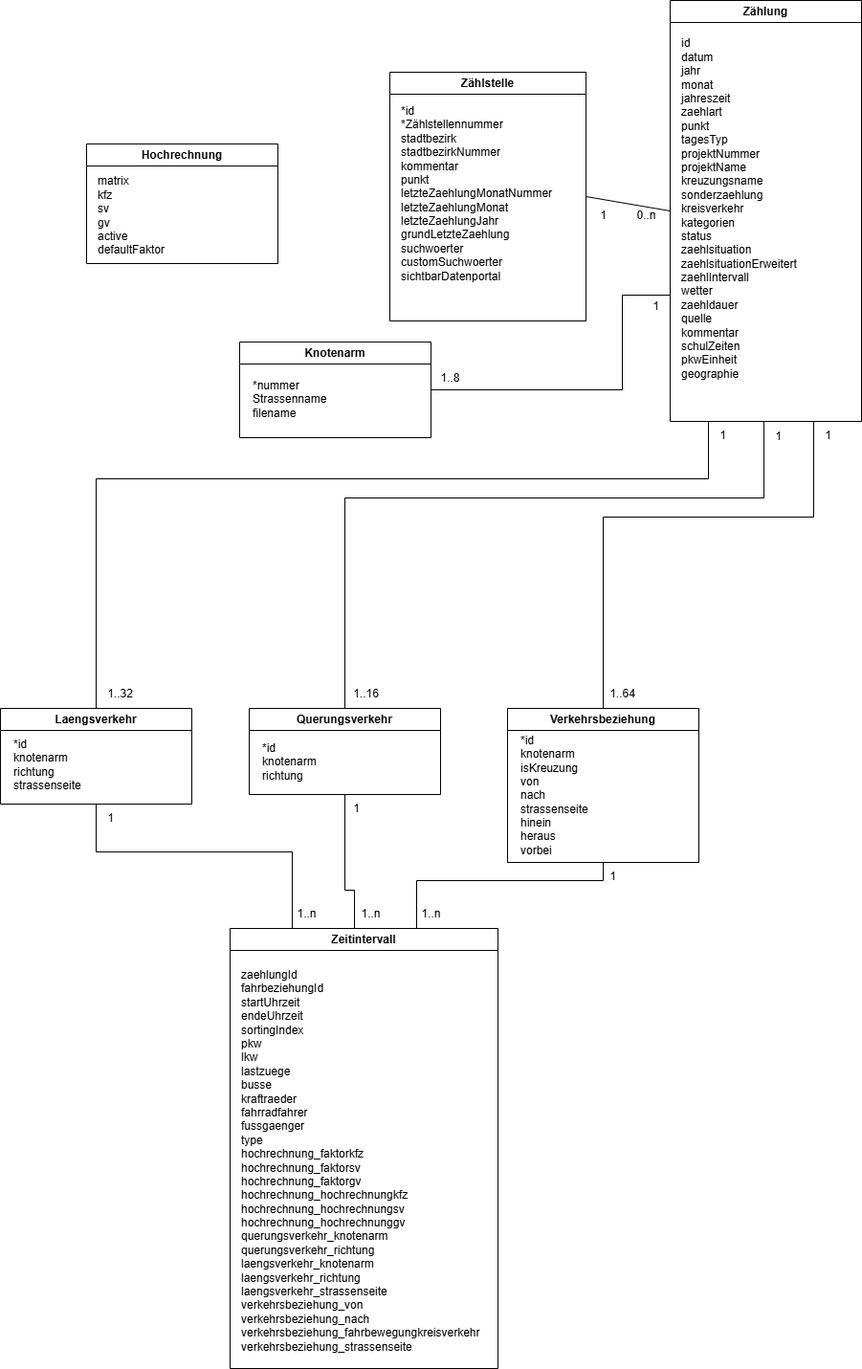
The draw.io diagram docs/src/img/DAVe_Datenmodell_Zaehlstelle.drawio.png in it-at-m/dave, before a commit. Source tidied: cells renumbered, new cells last; positions are measured from the earlier drawing's top-left corner, leaving out a move shared by most shapes.
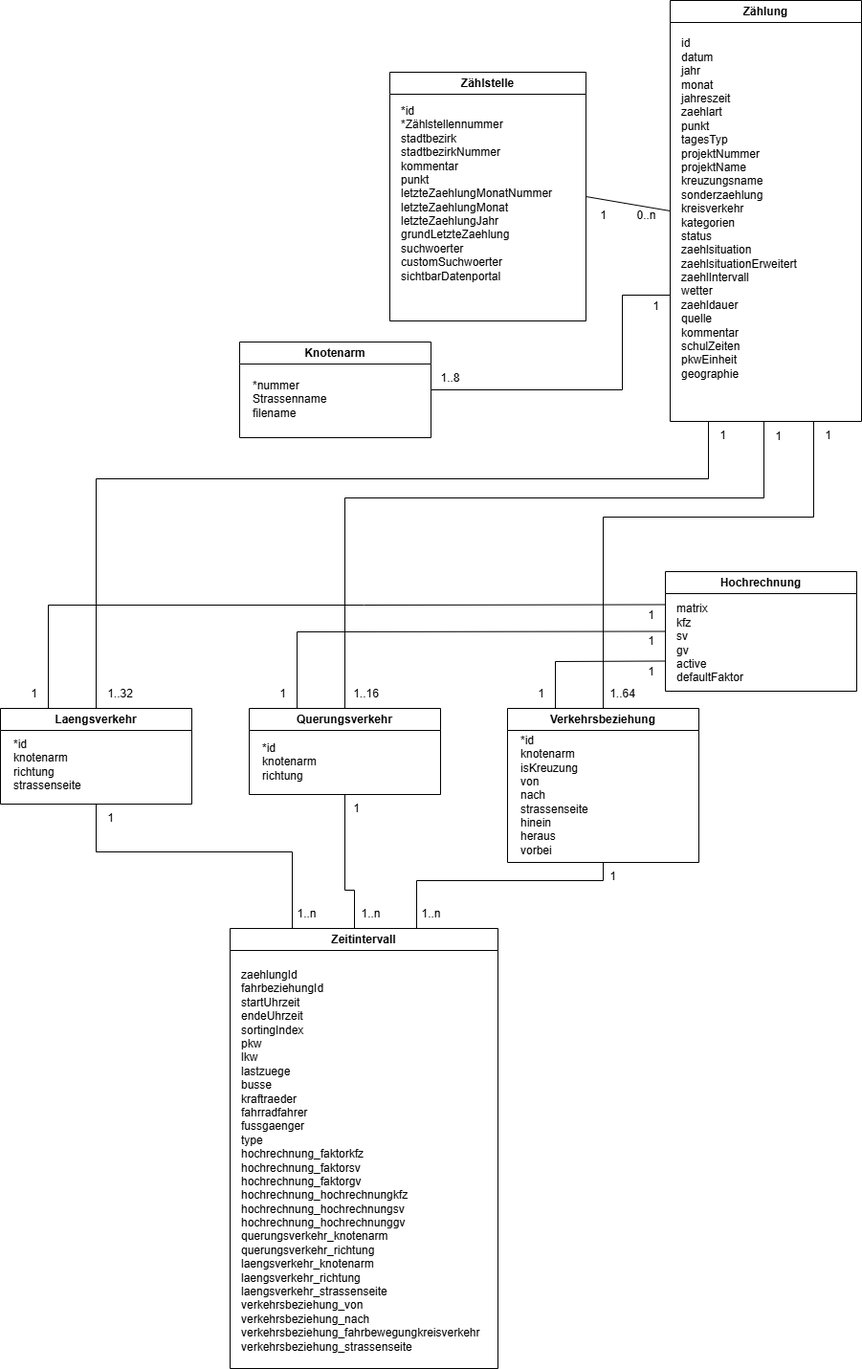
The same file after the commit.

Diff of the diagram source:
```diff
@@ -60,7 +60,7 @@
       <mxGeometry x="12" y="21" width="90" height="140" as="geometry" />
     </mxCell>
     <mxCell id="17" value="&lt;span style=&quot;background-color: transparent;&quot;&gt;Hochrechnung&lt;/span&gt;" style="swimlane;whiteSpace=wrap;html=1;" parent="1" vertex="1">
-      <mxGeometry x="90" y="150" width="200" height="125" as="geometry" />
+      <mxGeometry x="695" y="597" width="200" height="125" as="geometry" />
     </mxCell>
     <mxCell id="18" value="matrix&lt;div&gt;kfz&lt;/div&gt;&lt;div&gt;sv&lt;/div&gt;&lt;div&gt;gv&lt;/div&gt;&lt;div&gt;active&lt;/div&gt;&lt;div&gt;defaultFaktor&lt;/div&gt;" style="text;html=1;align=left;verticalAlign=middle;strokeColor=none;fillColor=none;" parent="17" vertex="1">
       <mxGeometry x="10" y="25" width="90" height="100" as="geometry" />
@@ -164,5 +164,47 @@
     <mxCell id="42" value="1..n" style="text;html=1;align=center;verticalAlign=middle;strokeColor=none;fillColor=none;" parent="1" vertex="1">
       <mxGeometry x="300" y="940" width="40" height="30" as="geometry" />
     </mxCell>
+    <mxCell id="43" style="endArrow=none;html=1;rounded=0;entryX=0;entryY=0.5;entryDx=0;entryDy=0;exitX=0.25;exitY=0;exitDx=0;exitDy=0;" parent="1" edge="1" source="15">
+      <mxGeometry relative="1" as="geometry">
+        <mxPoint x="695" y="690.5" as="targetPoint" />
+        <Array as="points">
+          <mxPoint x="580" y="691" />
+        </Array>
+      </mxGeometry>
+    </mxCell>
+    <mxCell id="44" style="endArrow=none;html=1;rounded=0;entryX=0;entryY=0.5;entryDx=0;entryDy=0;exitX=0.25;exitY=0;exitDx=0;exitDy=0;" parent="1" edge="1" source="26" target="17">
+      <mxGeometry relative="1" as="geometry">
+        <Array as="points">
+          <mxPoint x="310" y="660" />
+        </Array>
+      </mxGeometry>
+    </mxCell>
+    <mxCell id="45" style="endArrow=none;html=1;rounded=0;entryX=0;entryY=0.5;entryDx=0;entryDy=0;exitX=0.25;exitY=0;exitDx=0;exitDy=0;" parent="1" edge="1" source="28">
+      <mxGeometry relative="1" as="geometry">
+        <mxPoint x="695" y="631.5" as="targetPoint" />
+        <Array as="points">
+          <mxPoint x="50" y="632" />
+          <mxPoint x="380" y="632" />
+        </Array>
+      </mxGeometry>
+    </mxCell>
+    <mxCell id="46" value="1" style="text;html=1;align=center;verticalAlign=middle;strokeColor=none;fillColor=none;" parent="1" vertex="1">
+      <mxGeometry x="20" y="710" width="30" height="30" as="geometry" />
+    </mxCell>
+    <mxCell id="47" value="1" style="text;html=1;align=center;verticalAlign=middle;strokeColor=none;fillColor=none;" parent="1" vertex="1">
+      <mxGeometry x="280" y="710" width="30" height="30" as="geometry" />
+    </mxCell>
+    <mxCell id="48" value="1" style="text;html=1;align=center;verticalAlign=middle;strokeColor=none;fillColor=none;" parent="1" vertex="1">
+      <mxGeometry x="550" y="710" width="30" height="30" as="geometry" />
+    </mxCell>
+    <mxCell id="49" value="1" style="text;html=1;align=center;verticalAlign=middle;strokeColor=none;fillColor=none;" parent="1" vertex="1">
+      <mxGeometry x="665" y="687" width="30" height="30" as="geometry" />
+    </mxCell>
+    <mxCell id="50" value="1" style="text;html=1;align=center;verticalAlign=middle;strokeColor=none;fillColor=none;" parent="1" vertex="1">
+      <mxGeometry x="665" y="655" width="30" height="30" as="geometry" />
+    </mxCell>
+    <mxCell id="51" value="1" style="text;html=1;align=center;verticalAlign=middle;strokeColor=none;fillColor=none;" parent="1" vertex="1">
+      <mxGeometry x="665" y="628" width="30" height="30" as="geometry" />
+    </mxCell>
   </root>
 </mxGraphModel>
```
